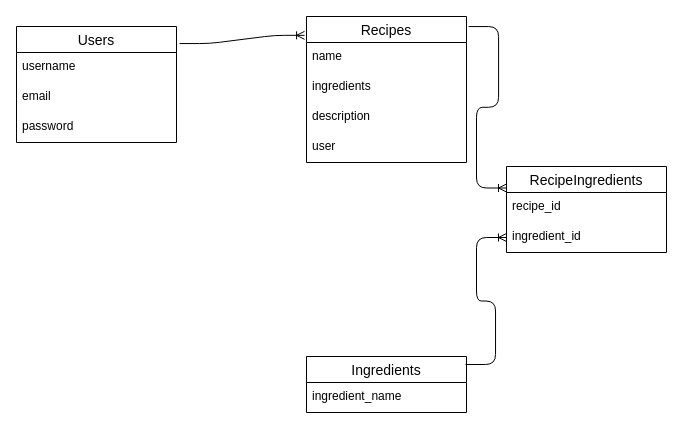
o-takeshi-tech/recipe-app keeps this draw.io diagram as table.drawio. Above is the earlier version. Source tidied: cells renumbered, new cells numbered last; positions are measured from the earlier drawing's top-left corner, leaving out a move shared by most shapes. Both pictures are drawn from the tidied source at 100%, with x=0, y=0 at pixel (16, 16).
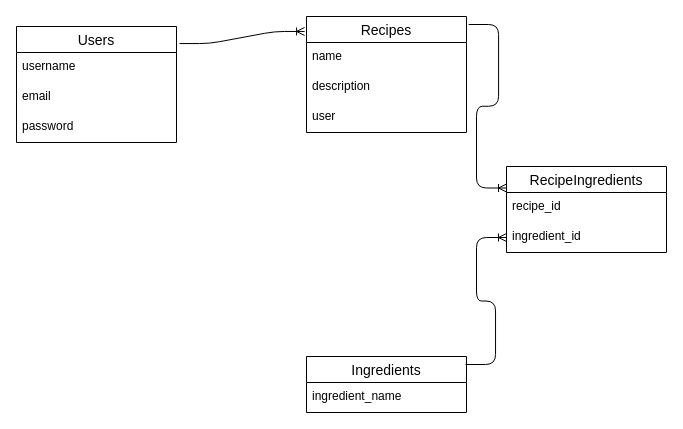
Above is the later version.

Commit message (it also covers changes not shown here):
データベースの修正

Diff of the diagram source:
```diff
@@
 <mxGraphModel>
   <root>
     <mxCell id="0" />
     <mxCell id="1" parent="0" />
     <mxCell id="2" value="Users" style="swimlane;fontStyle=0;horizontal=1;startSize=26;align=center;fontSize=14;" parent="1" vertex="1">
       <mxGeometry y="10" width="160" height="116" as="geometry" />
     </mxCell>
     <mxCell id="3" value="username" style="text;strokeColor=none;fillColor=none;spacingLeft=4;spacingRight=4;overflow=hidden;fontSize=12;" parent="2" vertex="1">
       <mxGeometry y="26" width="160" height="30" as="geometry" />
     </mxCell>
     <mxCell id="4" value="email" style="text;strokeColor=none;fillColor=none;spacingLeft=4;spacingRight=4;overflow=hidden;fontSize=12;" parent="2" vertex="1">
       <mxGeometry y="56" width="160" height="30" as="geometry" />
     </mxCell>
     <mxCell id="5" value="password" style="text;strokeColor=none;fillColor=none;spacingLeft=4;spacingRight=4;overflow=hidden;fontSize=12;" parent="2" vertex="1">
       <mxGeometry y="86" width="160" height="30" as="geometry" />
     </mxCell>
     <mxCell id="6" value="Recipes" style="swimlane;fontStyle=0;horizontal=1;startSize=26;align=center;fontSize=14;" parent="1" vertex="1">
-      <mxGeometry x="290" width="160" height="146" as="geometry" />
+      <mxGeometry x="290" width="160" height="116" as="geometry" />
     </mxCell>
     <mxCell id="7" value="name" style="text;strokeColor=none;fillColor=none;spacingLeft=4;spacingRight=4;overflow=hidden;fontSize=12;" parent="6" vertex="1">
       <mxGeometry y="26" width="160" height="30" as="geometry" />
     </mxCell>
-    <mxCell id="8" value="ingredients" style="text;strokeColor=none;fillColor=none;spacingLeft=4;spacingRight=4;overflow=hidden;fontSize=12;" parent="6" vertex="1">
-      <mxGeometry y="56" width="160" height="30" as="geometry" />
-    </mxCell>
     <mxCell id="9" value="description" style="text;strokeColor=none;fillColor=none;spacingLeft=4;spacingRight=4;overflow=hidden;fontSize=12;" parent="6" vertex="1">
-      <mxGeometry y="86" width="160" height="30" as="geometry" />
+      <mxGeometry y="56" width="160" height="30" as="geometry" />
     </mxCell>
     <mxCell id="10" value="user" style="text;strokeColor=none;fillColor=none;spacingLeft=4;spacingRight=4;overflow=hidden;fontSize=12;" parent="6" vertex="1">
-      <mxGeometry y="116" width="160" height="30" as="geometry" />
+      <mxGeometry y="86" width="160" height="30" as="geometry" />
     </mxCell>
     <mxCell id="11" value="Ingredients" style="swimlane;fontStyle=0;horizontal=1;startSize=26;align=center;fontSize=14;" parent="1" vertex="1">
       <mxGeometry x="290" y="340" width="160" height="56" as="geometry" />
     </mxCell>
     <mxCell id="12" value="ingredient_name" style="text;strokeColor=none;fillColor=none;spacingLeft=4;spacingRight=4;overflow=hidden;fontSize=12;" parent="11" vertex="1">
       <mxGeometry y="26" width="160" height="30" as="geometry" />
     </mxCell>
     <mxCell id="13" value="RecipeIngredients" style="swimlane;fontStyle=0;horizontal=1;startSize=26;align=center;fontSize=14;" parent="1" vertex="1">
       <mxGeometry x="490" y="150" width="160" height="86" as="geometry" />
     </mxCell>
     <mxCell id="14" value="recipe_id" style="text;strokeColor=none;fillColor=none;spacingLeft=4;spacingRight=4;overflow=hidden;fontSize=12;" parent="13" vertex="1">
       <mxGeometry y="26" width="160" height="30" as="geometry" />
     </mxCell>
     <mxCell id="15" value="ingredient_id" style="text;strokeColor=none;fillColor=none;spacingLeft=4;spacingRight=4;overflow=hidden;points=[[0,0.5],[1,0.5]];portConstraint=eastwest;fontSize=12;" parent="13" vertex="1">
       <mxGeometry y="56" width="160" height="30" as="geometry" />
     </mxCell>
     <mxCell id="16" style="edgeStyle=entityRelationEdgeStyle;fontSize=12;html=1;endArrow=ERoneToMany;exitX=1.019;exitY=0.147;exitDx=0;exitDy=0;exitPerimeter=0;entryX=-0.012;entryY=0.129;entryDx=0;entryDy=0;entryPerimeter=0;" parent="1" edge="1" source="2" target="6">
       <mxGeometry relative="1" as="geometry" />
     </mxCell>
     <mxCell id="17" style="edgeStyle=entityRelationEdgeStyle;fontSize=12;html=1;endArrow=ERoneToMany;exitX=1.013;exitY=0.069;exitDx=0;exitDy=0;exitPerimeter=0;entryX=0;entryY=0.25;entryDx=0;entryDy=0;" parent="1" edge="1" source="6" target="13">
       <mxGeometry relative="1" as="geometry" />
     </mxCell>
     <mxCell id="18" style="edgeStyle=entityRelationEdgeStyle;fontSize=12;html=1;endArrow=ERoneToMany;exitX=0.994;exitY=0.143;exitDx=0;exitDy=0;exitPerimeter=0;entryX=0;entryY=0.5;entryDx=0;entryDy=0;" parent="1" edge="1" source="11" target="15">
       <mxGeometry relative="1" as="geometry" />
     </mxCell>
   </root>
 </mxGraphModel>
```
